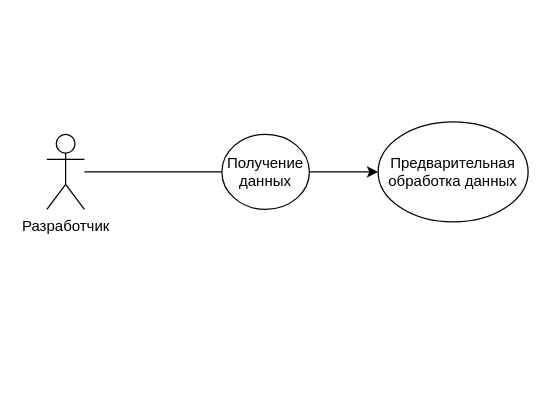
GeekNekoS/Draw_io keeps this draw.io diagram as Untitled Diagram.drawio. Above is the earlier version. Source tidied: cells renumbered, new cells numbered last; positions are measured from the earlier drawing's top-left corner, leaving out a move shared by most shapes. Both pictures are drawn from the tidied source at 125%, with x=0, y=0 at pixel (46, 121).
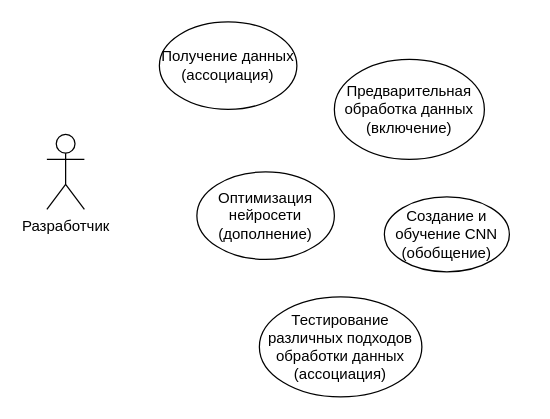
The same diagram, later.

What changed in the source:
```diff
@@
 <mxGraphModel>
   <root>
     <mxCell id="0" />
     <mxCell id="1" parent="0" />
     <mxCell id="2" value="&lt;div&gt;Разработчик&lt;/div&gt;&lt;div&gt;&lt;br&gt;&lt;/div&gt;" style="shape=umlActor;verticalLabelPosition=bottom;verticalAlign=top;html=1;outlineConnect=0;" parent="1" vertex="1">
       <mxGeometry y="10" width="30" height="60" as="geometry" />
     </mxCell>
-    <mxCell id="3" value="Получение данных" style="ellipse;whiteSpace=wrap;html=1;" parent="1" vertex="1">
-      <mxGeometry x="140" y="10" width="70" height="60" as="geometry" />
+    <mxCell id="3" value="&lt;div&gt;Получение данных (ассоциация)&lt;/div&gt;" style="ellipse;whiteSpace=wrap;html=1;" parent="1" vertex="1">
+      <mxGeometry x="90" y="-80" width="110" height="70" as="geometry" />
     </mxCell>
-    <mxCell id="4" style="endArrow=none;html=1;rounded=0;exitX=0;exitY=0.5;exitDx=0;exitDy=0;" parent="1" edge="1" source="3" target="2">
-      <mxGeometry relative="1" as="geometry" />
-    </mxCell>
-    <mxCell id="5" value="&lt;div&gt;Предварительная обработка данных&lt;/div&gt;" style="ellipse;whiteSpace=wrap;html=1;" parent="1" vertex="1">
-      <mxGeometry x="265" width="120" height="80" as="geometry" />
+    <mxCell id="5" value="&lt;div&gt;Предварительная обработка данных (включение)&lt;br&gt;&lt;/div&gt;" style="ellipse;whiteSpace=wrap;html=1;" parent="1" vertex="1">
+      <mxGeometry x="230" y="-50" width="120" height="80" as="geometry" />
     </mxCell>
-    <mxCell id="6" style="endArrow=classic;html=1;rounded=0;entryX=0;entryY=0.5;entryDx=0;entryDy=0;" parent="1" edge="1" target="5">
-      <mxGeometry relative="1" as="geometry">
-        <mxPoint x="210" y="40" as="sourcePoint" />
-      </mxGeometry>
-    </mxCell>
+    <mxCell id="7" value="&lt;div&gt;Создание и обучение CNN (обобщение)&lt;br&gt;&lt;/div&gt;" style="ellipse;whiteSpace=wrap;html=1;" parent="1" vertex="1">
+      <mxGeometry x="270" y="60" width="100" height="60" as="geometry" />
+    </mxCell>
+    <mxCell id="8" value="Оптимизация нейросети (дополнение)" style="ellipse;whiteSpace=wrap;html=1;" parent="1" vertex="1">
+      <mxGeometry x="120" y="40" width="110" height="70" as="geometry" />
+    </mxCell>
+    <mxCell id="9" value="Тестирование различных подходов обработки данных (ассоциация)" style="ellipse;whiteSpace=wrap;html=1;" parent="1" vertex="1">
+      <mxGeometry x="170" y="140" width="130" height="80" as="geometry" />
+    </mxCell>
   </root>
 </mxGraphModel>
```
